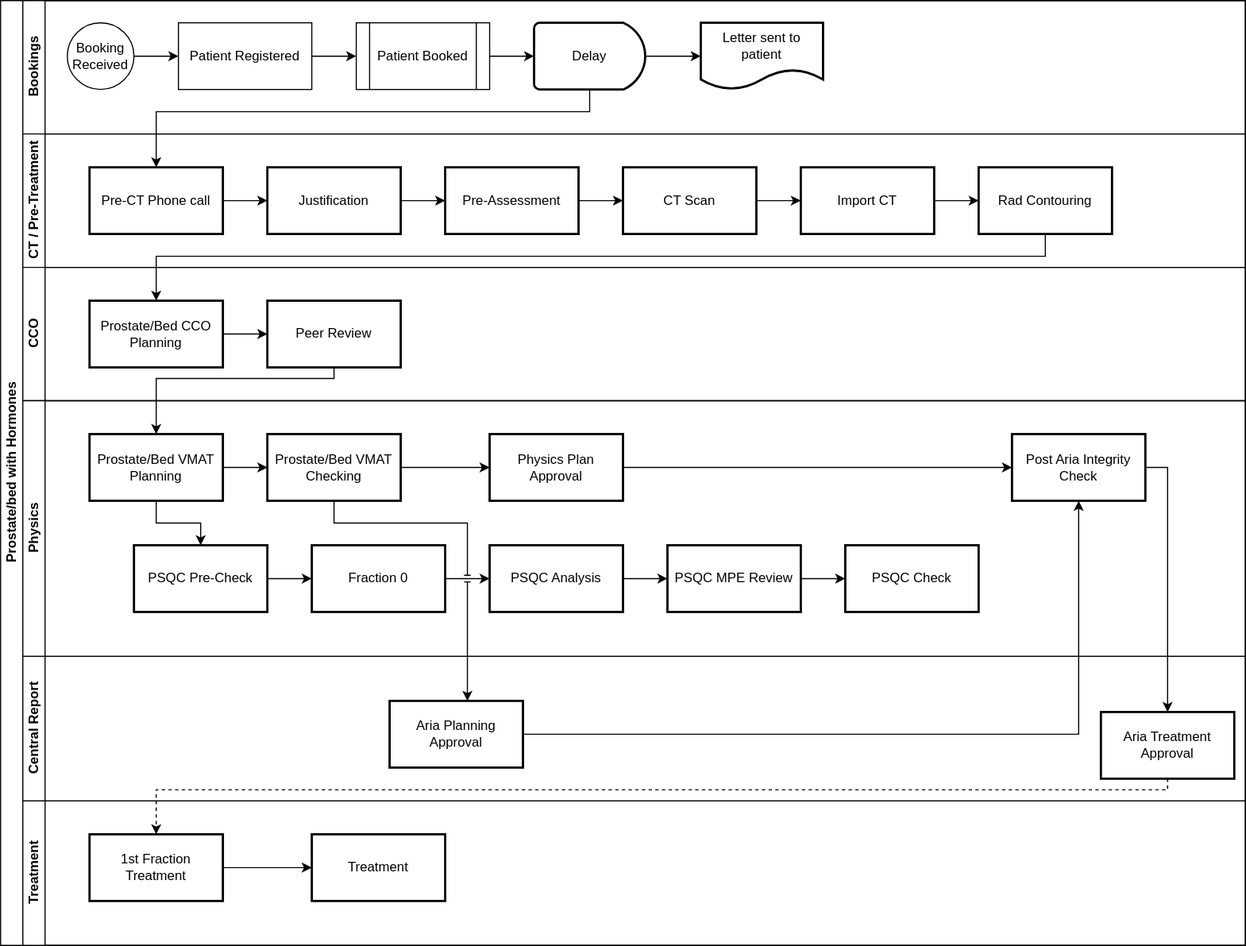
Earlier version of the draw.io export Assets/ProstateOnly_Hormone.svg (MCollins87/CarePathReview). Source tidied: cells renumbered, new cells last; positions are measured from the earlier drawing's top-left corner, leaving out a move shared by most shapes.
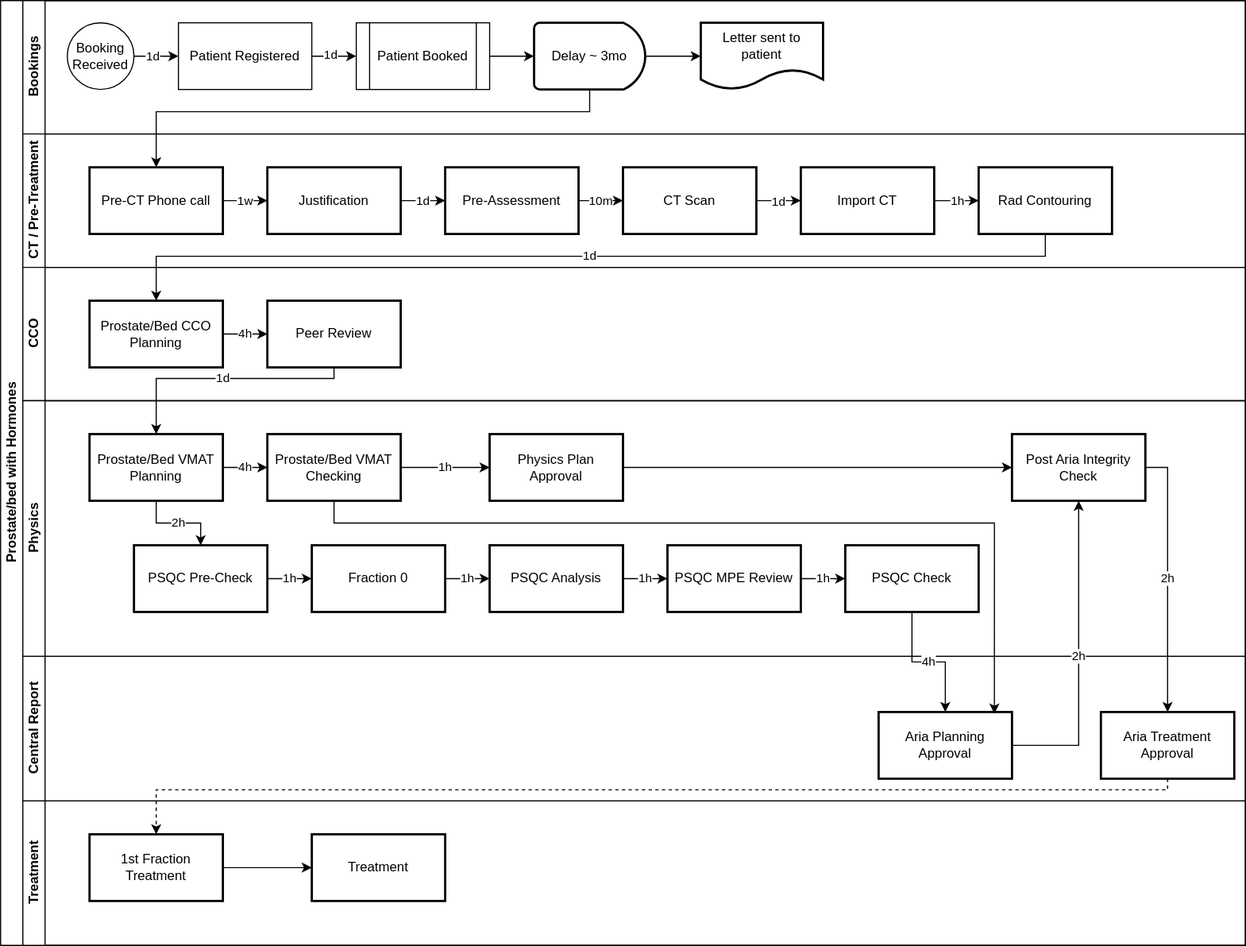
The same diagram one commit later.

Change to the diagram source:
```diff
@@ -11,12 +11,18 @@
     <mxCell id="4" style="edgeStyle=orthogonalEdgeStyle;rounded=0;jettySize=auto;html=1;" parent="3" edge="1" source="5" target="7">
       <mxGeometry relative="1" as="geometry" />
     </mxCell>
+    <mxCell id="61" value="1d" style="edgeLabel;html=1;align=center;verticalAlign=middle;" parent="4" vertex="1">
+      <mxGeometry x="-0.15" relative="1" as="geometry" />
+    </mxCell>
     <mxCell id="5" value="Booking Received" style="ellipse;whiteSpace=wrap;html=1;" parent="3" vertex="1">
       <mxGeometry x="40" y="20" width="60" height="60" as="geometry" />
     </mxCell>
     <mxCell id="6" style="edgeStyle=orthogonalEdgeStyle;rounded=0;jettySize=auto;html=1;" parent="3" edge="1" source="7" target="8">
       <mxGeometry relative="1" as="geometry" />
     </mxCell>
+    <mxCell id="62" value="1d" style="edgeLabel;html=1;align=center;verticalAlign=middle;" parent="6" vertex="1">
+      <mxGeometry x="-0.13" y="1" relative="1" as="geometry" />
+    </mxCell>
     <mxCell id="7" value="Patient Registered" style="whiteSpace=wrap;html=1;" parent="3" vertex="1">
       <mxGeometry x="140" y="20" width="120" height="60" as="geometry" />
     </mxCell>
@@ -26,7 +32,7 @@
     <mxCell id="9" style="edgeStyle=orthogonalEdgeStyle;rounded=0;jettySize=auto;html=1;" parent="3" edge="1" source="10" target="12">
       <mxGeometry relative="1" as="geometry" />
     </mxCell>
-    <mxCell id="10" value="Delay" style="strokeWidth=2;html=1;shape=mxgraph.flowchart.delay;whiteSpace=wrap;" parent="3" vertex="1">
+    <mxCell id="10" value="Delay ~ 3mo" style="strokeWidth=2;html=1;shape=mxgraph.flowchart.delay;whiteSpace=wrap;" parent="3" vertex="1">
       <mxGeometry x="460" y="20" width="100" height="60" as="geometry" />
     </mxCell>
     <mxCell id="11" style="edgeStyle=orthogonalEdgeStyle;rounded=0;jettySize=auto;html=1;exitX=1;exitY=0.5;exitDx=0;exitDy=0;entryX=0;entryY=0.5;entryDx=0;entryDy=0;entryPerimeter=0;" parent="3" edge="1" source="8" target="10">
@@ -38,19 +44,19 @@
     <mxCell id="13" value="CT / Pre-Treatment" style="swimlane;html=1;startSize=20;horizontal=0;" parent="2" vertex="1">
       <mxGeometry x="20" y="120" width="1100" height="120" as="geometry" />
     </mxCell>
-    <mxCell id="14" style="edgeStyle=orthogonalEdgeStyle;rounded=0;jettySize=auto;html=1;" parent="13" edge="1" source="15" target="17">
+    <mxCell id="14" value="1w" style="edgeStyle=orthogonalEdgeStyle;rounded=0;jettySize=auto;html=1;" parent="13" edge="1" source="15" target="17">
       <mxGeometry relative="1" as="geometry" />
     </mxCell>
     <mxCell id="15" value="Pre-CT Phone call" style="whiteSpace=wrap;html=1;strokeWidth=2;" parent="13" vertex="1">
       <mxGeometry x="60" y="30" width="120" height="60" as="geometry" />
     </mxCell>
-    <mxCell id="16" style="edgeStyle=orthogonalEdgeStyle;rounded=0;jettySize=auto;html=1;" parent="13" edge="1" source="17" target="19">
+    <mxCell id="16" value="1d" style="edgeStyle=orthogonalEdgeStyle;rounded=0;jettySize=auto;html=1;" parent="13" edge="1" source="17" target="19">
       <mxGeometry relative="1" as="geometry" />
     </mxCell>
     <mxCell id="17" value="Justification" style="whiteSpace=wrap;html=1;strokeWidth=2;" parent="13" vertex="1">
       <mxGeometry x="220" y="30" width="120" height="60" as="geometry" />
     </mxCell>
-    <mxCell id="18" style="edgeStyle=orthogonalEdgeStyle;rounded=0;jettySize=auto;html=1;" parent="13" edge="1" source="19" target="21">
+    <mxCell id="18" value="10m" style="edgeStyle=orthogonalEdgeStyle;rounded=0;jettySize=auto;html=1;" parent="13" edge="1" source="19" target="21">
       <mxGeometry relative="1" as="geometry" />
     </mxCell>
     <mxCell id="19" value="Pre-Assessment" style="whiteSpace=wrap;html=1;strokeWidth=2;" parent="13" vertex="1">
@@ -59,6 +65,9 @@
     <mxCell id="20" style="edgeStyle=orthogonalEdgeStyle;rounded=0;jettySize=auto;html=1;" parent="13" edge="1" source="21" target="22">
       <mxGeometry relative="1" as="geometry" />
     </mxCell>
+    <mxCell id="63" value="1d" style="edgeLabel;html=1;align=center;verticalAlign=middle;" parent="20" vertex="1">
+      <mxGeometry y="-1" relative="1" as="geometry" />
+    </mxCell>
     <mxCell id="21" value="CT Scan" style="whiteSpace=wrap;html=1;strokeWidth=2;" parent="13" vertex="1">
       <mxGeometry x="540" y="30" width="120" height="60" as="geometry" />
     </mxCell>
@@ -71,10 +80,13 @@
     <mxCell id="24" style="edgeStyle=orthogonalEdgeStyle;rounded=0;jettySize=auto;html=1;" parent="13" edge="1" source="22" target="23">
       <mxGeometry relative="1" as="geometry" />
     </mxCell>
+    <mxCell id="64" value="1h" style="edgeLabel;html=1;align=center;verticalAlign=middle;" parent="24" vertex="1">
+      <mxGeometry x="0.03" relative="1" as="geometry" />
+    </mxCell>
     <mxCell id="25" value="CCO" style="swimlane;html=1;startSize=20;horizontal=0;" parent="2" vertex="1">
       <mxGeometry x="20" y="240" width="1100" height="120" as="geometry" />
     </mxCell>
-    <mxCell id="26" style="edgeStyle=orthogonalEdgeStyle;rounded=0;jettySize=auto;html=1;" parent="25" edge="1" source="27" target="28">
+    <mxCell id="26" value="4h" style="edgeStyle=orthogonalEdgeStyle;rounded=0;jettySize=auto;html=1;" parent="25" edge="1" source="27" target="28">
       <mxGeometry relative="1" as="geometry" />
     </mxCell>
     <mxCell id="27" value="Prostate/Bed CCO Planning" style="whiteSpace=wrap;html=1;strokeWidth=2;" parent="25" vertex="1">
@@ -86,40 +98,40 @@
     <mxCell id="29" value="Physics" style="swimlane;html=1;startSize=20;horizontal=0;" parent="2" vertex="1">
       <mxGeometry x="20" y="360" width="1100" height="230" as="geometry" />
     </mxCell>
-    <mxCell id="30" style="edgeStyle=orthogonalEdgeStyle;rounded=0;jettySize=auto;html=1;" parent="29" edge="1" source="32" target="34">
+    <mxCell id="30" value="4h" style="edgeStyle=orthogonalEdgeStyle;rounded=0;jettySize=auto;html=1;" parent="29" edge="1" source="32" target="34">
       <mxGeometry relative="1" as="geometry" />
     </mxCell>
-    <mxCell id="31" style="edgeStyle=orthogonalEdgeStyle;rounded=0;jettySize=auto;html=1;" parent="29" edge="1" source="32" target="36">
+    <mxCell id="31" value="2h" style="edgeStyle=orthogonalEdgeStyle;rounded=0;jettySize=auto;html=1;" parent="29" edge="1" source="32" target="36">
       <mxGeometry relative="1" as="geometry" />
     </mxCell>
     <mxCell id="32" value="Prostate/Bed VMAT Planning" style="whiteSpace=wrap;html=1;strokeWidth=2;" parent="29" vertex="1">
       <mxGeometry x="60" y="30" width="120" height="60" as="geometry" />
     </mxCell>
-    <mxCell id="33" style="edgeStyle=orthogonalEdgeStyle;rounded=0;jettySize=auto;html=1;" parent="29" edge="1" source="34" target="45">
+    <mxCell id="33" value="1h" style="edgeStyle=orthogonalEdgeStyle;rounded=0;jettySize=auto;html=1;" parent="29" edge="1" source="34" target="45">
       <mxGeometry relative="1" as="geometry" />
     </mxCell>
     <mxCell id="34" value="Prostate/Bed VMAT Checking" style="whiteSpace=wrap;html=1;strokeWidth=2;" parent="29" vertex="1">
       <mxGeometry x="220" y="30" width="120" height="60" as="geometry" />
     </mxCell>
-    <mxCell id="35" style="edgeStyle=orthogonalEdgeStyle;rounded=0;jettySize=auto;html=1;" parent="29" edge="1" source="36" target="38">
+    <mxCell id="35" value="1h" style="edgeStyle=orthogonalEdgeStyle;rounded=0;jettySize=auto;html=1;" parent="29" edge="1" source="36" target="38">
       <mxGeometry relative="1" as="geometry" />
     </mxCell>
     <mxCell id="36" value="PSQC Pre-Check" style="whiteSpace=wrap;html=1;strokeWidth=2;" parent="29" vertex="1">
       <mxGeometry x="100" y="130" width="120" height="60" as="geometry" />
     </mxCell>
-    <mxCell id="37" style="edgeStyle=orthogonalEdgeStyle;rounded=0;jettySize=auto;html=1;" parent="29" edge="1" source="38" target="40">
+    <mxCell id="37" value="1h" style="edgeStyle=orthogonalEdgeStyle;rounded=0;jettySize=auto;html=1;" parent="29" edge="1" source="38" target="40">
       <mxGeometry relative="1" as="geometry" />
     </mxCell>
     <mxCell id="38" value="Fraction 0" style="whiteSpace=wrap;html=1;strokeWidth=2;" parent="29" vertex="1">
       <mxGeometry x="260" y="130" width="120" height="60" as="geometry" />
     </mxCell>
-    <mxCell id="39" style="edgeStyle=orthogonalEdgeStyle;rounded=0;jettySize=auto;html=1;" parent="29" edge="1" source="40" target="42">
+    <mxCell id="39" value="1h" style="edgeStyle=orthogonalEdgeStyle;rounded=0;jettySize=auto;html=1;" parent="29" edge="1" source="40" target="42">
       <mxGeometry relative="1" as="geometry" />
     </mxCell>
     <mxCell id="40" value="PSQC Analysis" style="whiteSpace=wrap;html=1;strokeWidth=2;" parent="29" vertex="1">
       <mxGeometry x="420" y="130" width="120" height="60" as="geometry" />
     </mxCell>
-    <mxCell id="41" style="edgeStyle=orthogonalEdgeStyle;rounded=0;jettySize=auto;html=1;" parent="29" edge="1" source="42" target="43">
+    <mxCell id="41" value="1h" style="edgeStyle=orthogonalEdgeStyle;rounded=0;jettySize=auto;html=1;" parent="29" edge="1" source="42" target="43">
       <mxGeometry relative="1" as="geometry" />
     </mxCell>
     <mxCell id="42" value="PSQC MPE Review" style="whiteSpace=wrap;html=1;strokeWidth=2;" parent="29" vertex="1">
@@ -141,7 +153,7 @@
       <mxGeometry x="20" y="590" width="1100" height="130" as="geometry" />
     </mxCell>
     <mxCell id="48" value="Aria Planning Approval" style="whiteSpace=wrap;html=1;strokeWidth=2;" parent="47" vertex="1">
-      <mxGeometry x="330" y="40" width="120" height="60" as="geometry" />
+      <mxGeometry x="770" y="50" width="120" height="60" as="geometry" />
     </mxCell>
     <mxCell id="49" value="Aria Treatment Approval" style="whiteSpace=wrap;html=1;strokeWidth=2;" parent="47" vertex="1">
       <mxGeometry x="970" y="50" width="120" height="60" as="geometry" />
@@ -166,7 +178,7 @@
         </Array>
       </mxGeometry>
     </mxCell>
-    <mxCell id="55" style="edgeStyle=orthogonalEdgeStyle;rounded=0;jettySize=auto;html=1;" parent="2" edge="1" source="23" target="27">
+    <mxCell id="55" value="1d" style="edgeStyle=orthogonalEdgeStyle;rounded=0;jettySize=auto;html=1;" parent="2" edge="1" source="23" target="27">
       <mxGeometry relative="1" as="geometry">
         <Array as="points">
           <mxPoint x="940" y="230" />
@@ -174,7 +186,7 @@
         </Array>
       </mxGeometry>
     </mxCell>
-    <mxCell id="56" style="edgeStyle=orthogonalEdgeStyle;rounded=0;jettySize=auto;html=1;" parent="2" edge="1" source="28">
+    <mxCell id="56" value="1d" style="edgeStyle=orthogonalEdgeStyle;rounded=0;jettySize=auto;html=1;" parent="2" edge="1" source="28">
       <mxGeometry relative="1" as="geometry">
         <mxPoint x="140" y="390" as="targetPoint" />
         <Array as="points">
@@ -183,19 +195,10 @@
         </Array>
       </mxGeometry>
     </mxCell>
-    <mxCell id="57" style="edgeStyle=orthogonalEdgeStyle;rounded=0;jettySize=auto;html=1;exitX=0.5;exitY=1;exitDx=0;exitDy=0;jumpStyle=line;" parent="2" edge="1" source="34" target="48">
-      <mxGeometry relative="1" as="geometry">
-        <Array as="points">
-          <mxPoint x="300" y="470" />
-          <mxPoint x="420" y="470" />
-          <mxPoint x="420" y="660" />
-        </Array>
-      </mxGeometry>
-    </mxCell>
-    <mxCell id="58" style="edgeStyle=orthogonalEdgeStyle;rounded=0;jettySize=auto;html=1;exitX=1;exitY=0.5;exitDx=0;exitDy=0;entryX=0.5;entryY=1;entryDx=0;entryDy=0;" parent="2" edge="1" source="48" target="46">
+    <mxCell id="58" value="2h" style="edgeStyle=orthogonalEdgeStyle;rounded=0;jettySize=auto;html=1;exitX=1;exitY=0.5;exitDx=0;exitDy=0;entryX=0.5;entryY=1;entryDx=0;entryDy=0;" parent="2" edge="1" source="48" target="46">
       <mxGeometry relative="1" as="geometry" />
     </mxCell>
-    <mxCell id="59" style="edgeStyle=orthogonalEdgeStyle;rounded=0;jettySize=auto;html=1;" parent="2" edge="1" source="46" target="49">
+    <mxCell id="59" value="2h" style="edgeStyle=orthogonalEdgeStyle;rounded=0;jettySize=auto;html=1;" parent="2" edge="1" source="46" target="49">
       <mxGeometry relative="1" as="geometry">
         <Array as="points">
           <mxPoint x="1050" y="420" />
@@ -210,5 +213,16 @@
         </Array>
       </mxGeometry>
     </mxCell>
+    <mxCell id="57" style="edgeStyle=orthogonalEdgeStyle;rounded=0;jettySize=auto;html=1;exitX=0.5;exitY=1;exitDx=0;exitDy=0;entryX=0.868;entryY=0.024;entryDx=0;entryDy=0;entryPerimeter=0;jumpStyle=line;" parent="2" edge="1" source="34" target="48">
+      <mxGeometry relative="1" as="geometry">
+        <Array as="points">
+          <mxPoint x="300" y="470" />
+          <mxPoint x="894" y="470" />
+        </Array>
+      </mxGeometry>
+    </mxCell>
+    <mxCell id="65" value="4h" style="edgeStyle=orthogonalEdgeStyle;rounded=0;jettySize=auto;html=1;exitX=0.5;exitY=1;exitDx=0;exitDy=0;entryX=0.5;entryY=0;entryDx=0;entryDy=0;" parent="2" edge="1" source="43" target="48">
+      <mxGeometry relative="1" as="geometry" />
+    </mxCell>
   </root>
 </mxGraphModel>
```
